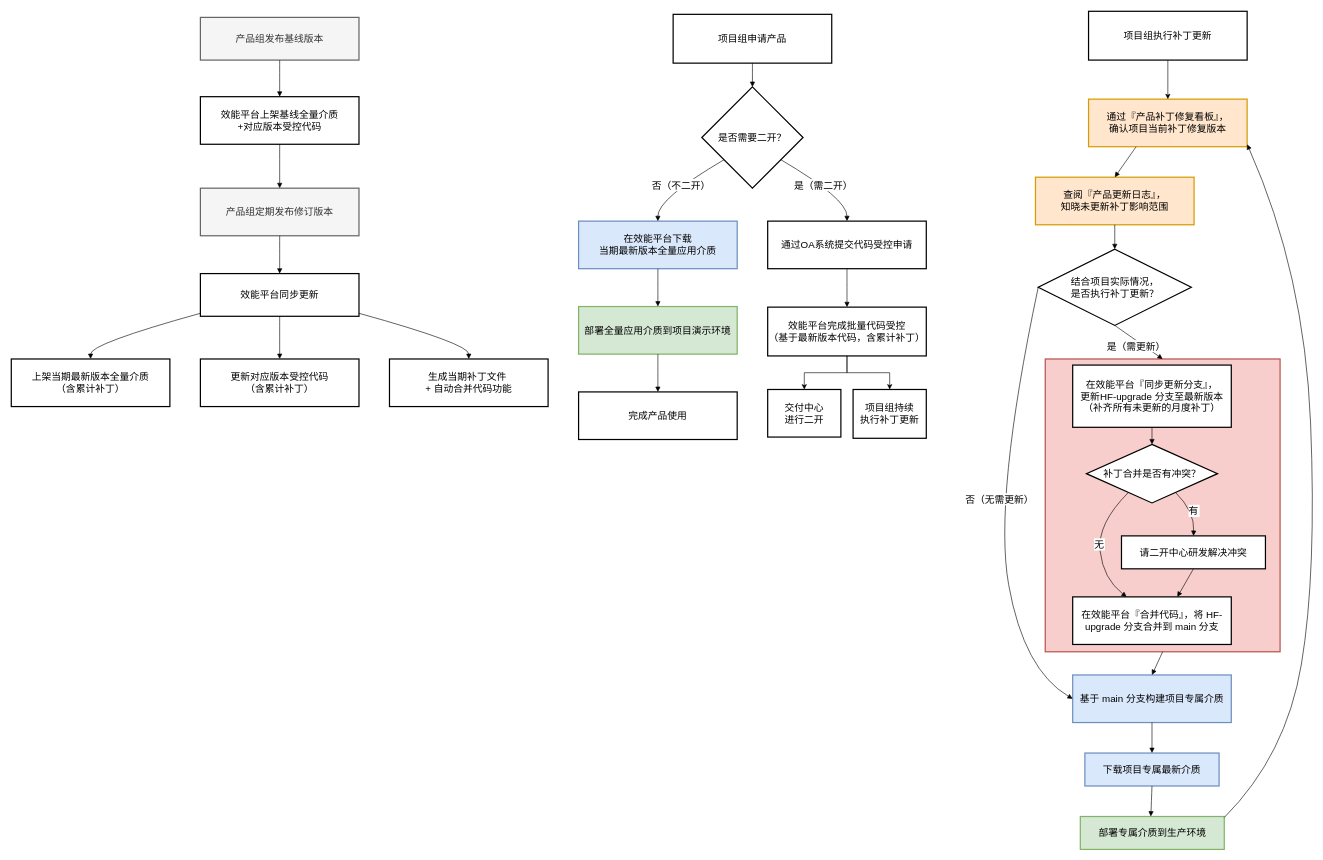
This is 补丁流程.drawio from DeanYan92/public, a draw.io file, before an edit. Source tidied: cells renumbered, new cells numbered last; positions are measured from the earlier drawing's top-left corner, leaving out a move shared by most shapes. Both pictures are drawn from the tidied source at 61%, with x=0, y=0 at pixel (11, 11).
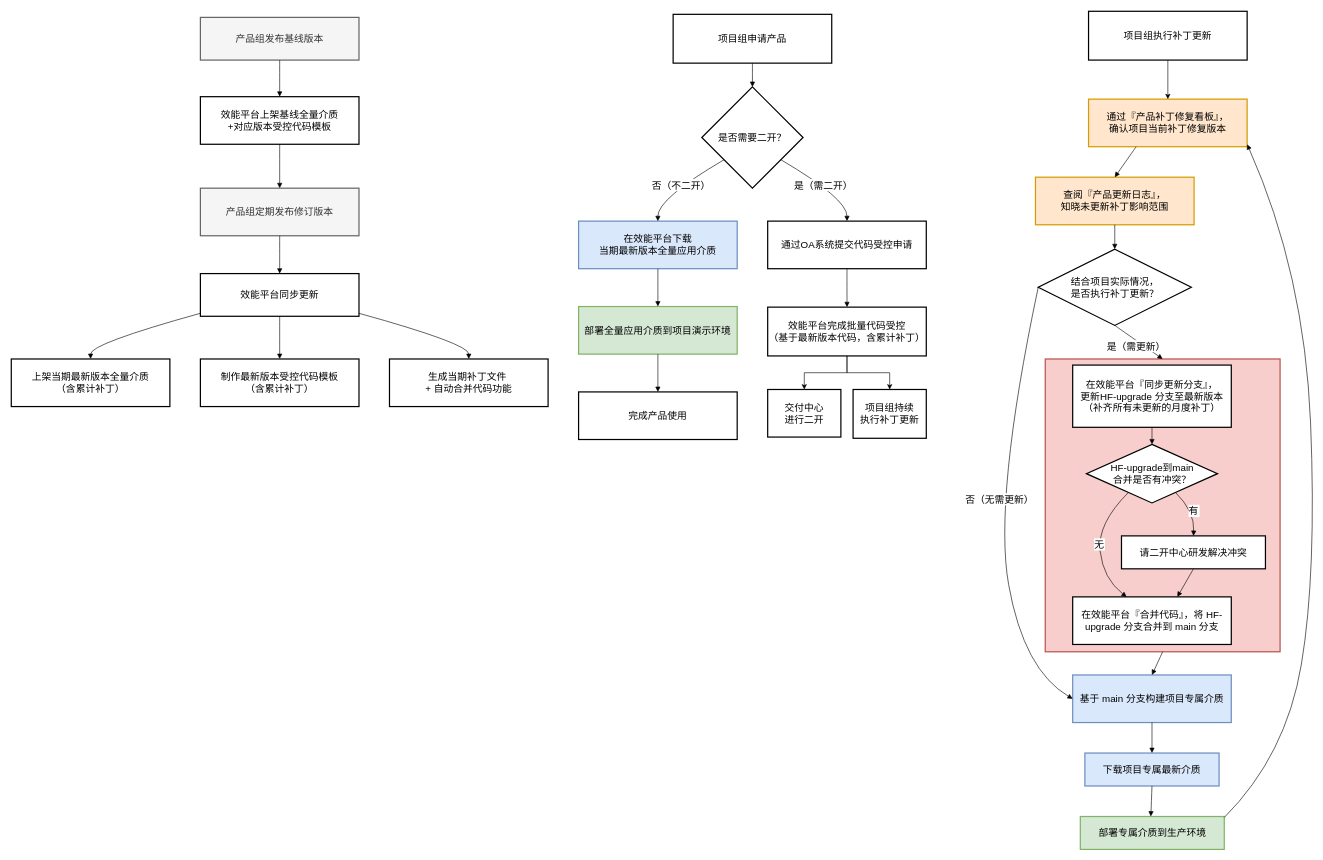
After the change.

Commit message:
更新补丁流程.drawio

The edit, as a diff of the source:
```diff
@@
-    <mxCell id="4" value="效能平台上架基线全量介质&#10;+对应版本受控代码" style="whiteSpace=wrap;strokeWidth=2;fontSize=16;" parent="1" vertex="1">
+    <mxCell id="4" value="效能平台上架基线全量介质&#10;+对应版本受控代码模板" style="whiteSpace=wrap;strokeWidth=2;fontSize=16;" parent="1" vertex="1">
       <mxGeometry x="310" y="140" width="260" height="78" as="geometry" />
     </mxCell>
@@
-    <mxCell id="8" value="更新对应版本受控代码&#10;（含累计补丁）" style="whiteSpace=wrap;strokeWidth=2;fontSize=16;" parent="1" vertex="1">
+    <mxCell id="8" value="制作最新版本受控代码模板&#10;（含累计补丁）" style="whiteSpace=wrap;strokeWidth=2;fontSize=16;" parent="1" vertex="1">
       <mxGeometry x="310" y="570" width="260" height="78" as="geometry" />
     </mxCell>
@@
-    <mxCell id="24" value="补丁合并是否有冲突？" style="rhombus;strokeWidth=2;whiteSpace=wrap;fontSize=16;" parent="1" vertex="1">
+    <mxCell id="24" value="HF-upgrade到main&#10;合并是否有冲突？" style="rhombus;strokeWidth=2;whiteSpace=wrap;fontSize=16;" parent="1" vertex="1">
       <mxGeometry x="1762.5" y="710" width="215" height="96" as="geometry" />
     </mxCell>
```
